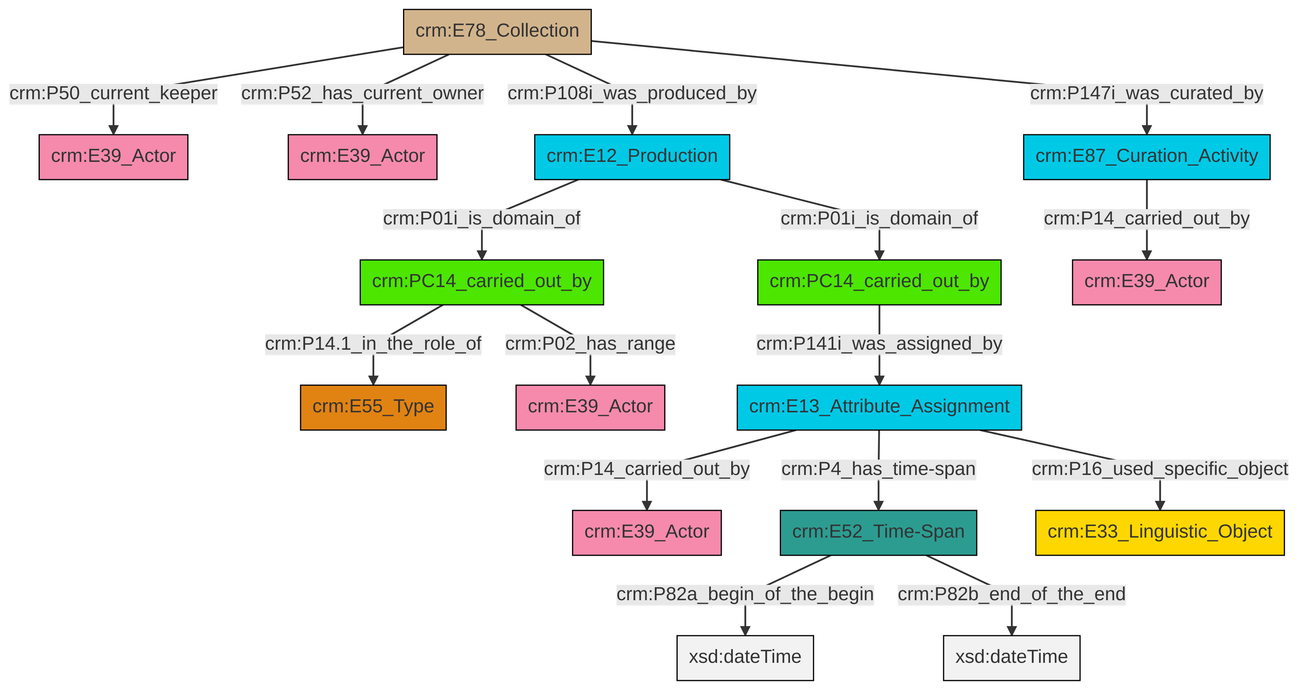
This is et/archivalCSV/ttl/mmd/png/archival_relation.png from swiss-art-research-net/docs.swissartresearch, a Mermaid export, as it was before one commit. Its source is kept beside it as et/archivalCSV/ttl/mmd/archival_relation.ttl.mmd.
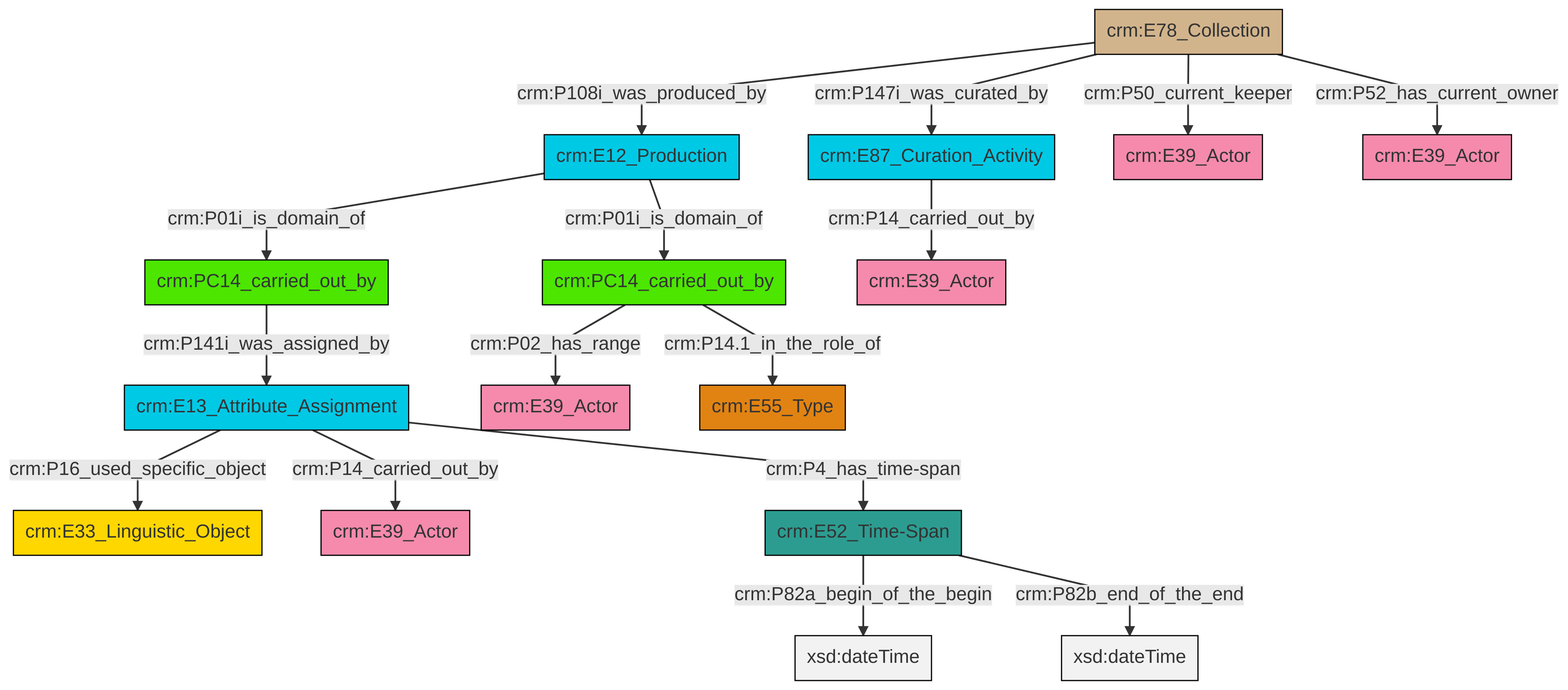
The same file after the commit.

The edit, as a diff of the source:
```diff
@@ -13,18 +13,18 @@
 classDef PC_Classes fill:#4ce600, stroke:#000000;
 classDef Multi fill:#cccccc,stroke:#000000;
 
-4["crm:E78_Collection"]:::Physical_Thing -->|crm:P50_current_keeper| 5["crm:E39_Actor"]:::Actor
-4["crm:E78_Collection"]:::Physical_Thing -->|crm:P52_has_current_owner| 6["crm:E39_Actor"]:::Actor
-7["crm:PC14_carried_out_by"]:::PC_Classes -->|crm:P14.1_in_the_role_of| 0["crm:E55_Type"]:::Type
-4["crm:E78_Collection"]:::Physical_Thing -->|crm:P108i_was_produced_by| 9["crm:E12_Production"]:::Temporal_Entity
-9["crm:E12_Production"]:::Temporal_Entity -->|crm:P01i_is_domain_of| 7["crm:PC14_carried_out_by"]:::PC_Classes
-11["crm:E13_Attribute_Assignment"]:::Temporal_Entity -->|crm:P14_carried_out_by| 12["crm:E39_Actor"]:::Actor
-9["crm:E12_Production"]:::Temporal_Entity -->|crm:P01i_is_domain_of| 14["crm:PC14_carried_out_by"]:::PC_Classes
-18["crm:E52_Time-Span"]:::Time-Span -->|crm:P82a_begin_of_the_begin| 22[xsd:dateTime]:::Literal
-11["crm:E13_Attribute_Assignment"]:::Temporal_Entity -->|crm:P4_has_time-span| 18["crm:E52_Time-Span"]:::Time-Span
-11["crm:E13_Attribute_Assignment"]:::Temporal_Entity -->|crm:P16_used_specific_object| 23["crm:E33_Linguistic_Object"]:::Conceptual_Object
-4["crm:E78_Collection"]:::Physical_Thing -->|crm:P147i_was_curated_by| 15["crm:E87_Curation_Activity"]:::Temporal_Entity
-7["crm:PC14_carried_out_by"]:::PC_Classes -->|crm:P02_has_range| 24["crm:E39_Actor"]:::Actor
-14["crm:PC14_carried_out_by"]:::PC_Classes -->|crm:P141i_was_assigned_by| 11["crm:E13_Attribute_Assignment"]:::Temporal_Entity
-18["crm:E52_Time-Span"]:::Time-Span -->|crm:P82b_end_of_the_end| 25[xsd:dateTime]:::Literal
-15["crm:E87_Curation_Activity"]:::Temporal_Entity -->|crm:P14_carried_out_by| 2["crm:E39_Actor"]:::Actor
+2["crm:E78_Collection"]:::Physical_Thing -->|crm:P147i_was_curated_by| 3["crm:E87_Curation_Activity"]:::Temporal_Entity
+4["crm:E12_Production"]:::Temporal_Entity -->|crm:P01i_is_domain_of| 5["crm:PC14_carried_out_by"]:::PC_Classes
+2["crm:E78_Collection"]:::Physical_Thing -->|crm:P50_current_keeper| 7["crm:E39_Actor"]:::Actor
+4["crm:E12_Production"]:::Temporal_Entity -->|crm:P01i_is_domain_of| 0["crm:PC14_carried_out_by"]:::PC_Classes
+9["crm:E13_Attribute_Assignment"]:::Temporal_Entity -->|crm:P16_used_specific_object| 11["crm:E33_Linguistic_Object"]:::Conceptual_Object
+0["crm:PC14_carried_out_by"]:::PC_Classes -->|crm:P02_has_range| 18["crm:E39_Actor"]:::Actor
+2["crm:E78_Collection"]:::Physical_Thing -->|crm:P108i_was_produced_by| 4["crm:E12_Production"]:::Temporal_Entity
+9["crm:E13_Attribute_Assignment"]:::Temporal_Entity -->|crm:P14_carried_out_by| 16["crm:E39_Actor"]:::Actor
+20["crm:E52_Time-Span"]:::Time-Span -->|crm:P82a_begin_of_the_begin| 24[xsd:dateTime]:::Literal
+5["crm:PC14_carried_out_by"]:::PC_Classes -->|crm:P141i_was_assigned_by| 9["crm:E13_Attribute_Assignment"]:::Temporal_Entity
+3["crm:E87_Curation_Activity"]:::Temporal_Entity -->|crm:P14_carried_out_by| 14["crm:E39_Actor"]:::Actor
+9["crm:E13_Attribute_Assignment"]:::Temporal_Entity -->|crm:P4_has_time-span| 20["crm:E52_Time-Span"]:::Time-Span
+2["crm:E78_Collection"]:::Physical_Thing -->|crm:P52_has_current_owner| 22["crm:E39_Actor"]:::Actor
+0["crm:PC14_carried_out_by"]:::PC_Classes -->|crm:P14.1_in_the_role_of| 27["crm:E55_Type"]:::Type
+20["crm:E52_Time-Span"]:::Time-Span -->|crm:P82b_end_of_the_end| 29[xsd:dateTime]:::Literal
```
